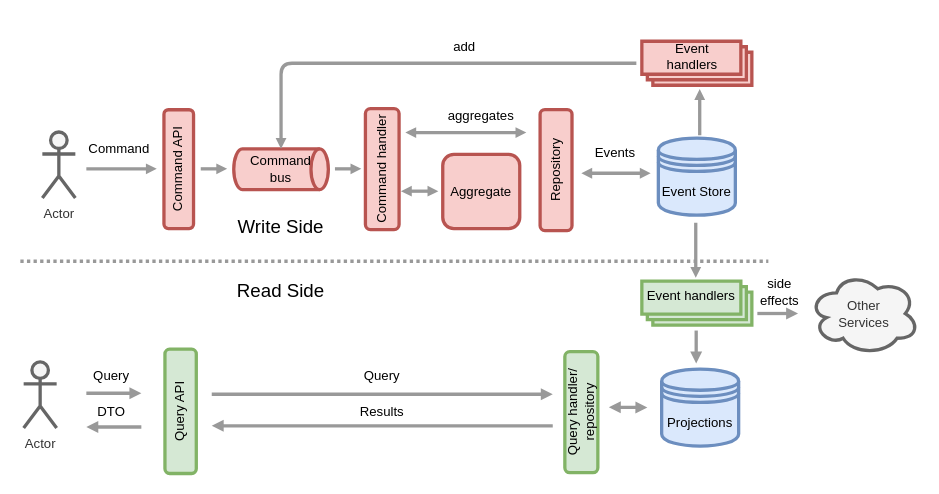
Before: page "Page-5" (5 of 5) of misc/CQRS.drawio in albertllousas/simple-cqrs-with-es, a draw.io diagram. Source tidied: cells renumbered, new cells numbered last; positions are measured from the earlier drawing's top-left corner, leaving out a move shared by most shapes. Both pictures are drawn from the tidied source at 110%, with x=0, y=0 at pixel (20, 35).
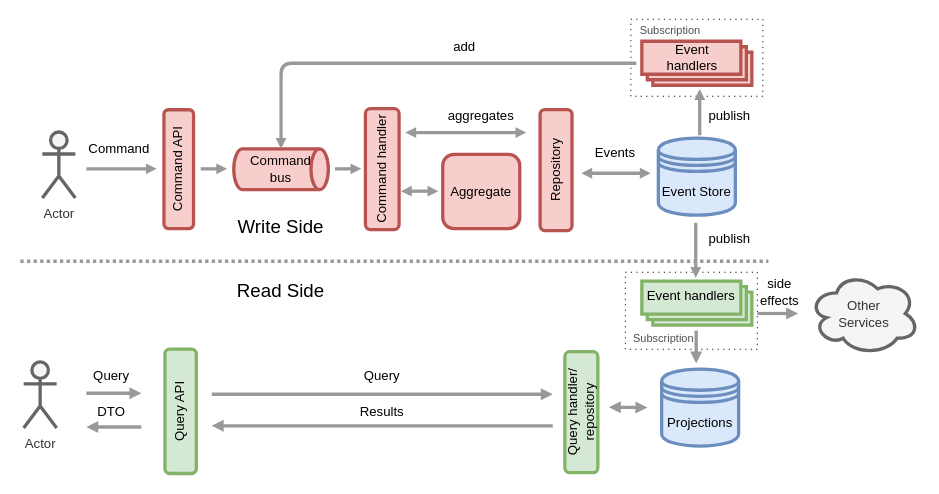
The same diagram, later.

Diff of the diagram source:
```diff
@@
+    <mxCell id="46" style="rounded=0;whiteSpace=wrap;html=1;dashed=1;dashPattern=1 4;" parent="1" vertex="1">
+      <mxGeometry x="550" y="215" width="120" height="70" as="geometry" />
+    </mxCell>
+    <mxCell id="47" style="rounded=0;whiteSpace=wrap;html=1;dashed=1;dashPattern=1 4;" parent="1" vertex="1">
+      <mxGeometry x="555" y="-15" width="120" height="70" as="geometry" />
+    </mxCell>
@@
     <mxCell id="18" value="Event handlers" style="text;html=1;strokeColor=none;fillColor=none;align=center;verticalAlign=middle;whiteSpace=wrap;rounded=0;" parent="1" vertex="1">
-      <mxGeometry x="591" y="9" width="40" height="20" as="geometry" />
+      <mxGeometry x="591" y="10" width="40" height="20" as="geometry" />
     </mxCell>
@@
+    <mxCell id="48" value="&lt;font style=&quot;font-size: 10px&quot; color=&quot;#4d4d4d&quot;&gt;Subscription&lt;/font&gt;" style="text;html=1;strokeColor=none;fillColor=none;align=center;verticalAlign=middle;whiteSpace=wrap;rounded=0;dashed=1;dashPattern=1 4;" parent="1" vertex="1">
+      <mxGeometry x="571" y="-15" width="40" height="20" as="geometry" />
+    </mxCell>
+    <mxCell id="49" value="&lt;font style=&quot;font-size: 10px&quot; color=&quot;#4d4d4d&quot;&gt;Subscription&lt;/font&gt;" style="text;html=1;strokeColor=none;fillColor=none;align=center;verticalAlign=middle;whiteSpace=wrap;rounded=0;dashed=1;dashPattern=1 4;" parent="1" vertex="1">
+      <mxGeometry x="565" y="265" width="40" height="20" as="geometry" />
+    </mxCell>
+    <mxCell id="50" value="publish" style="text;html=1;strokeColor=none;fillColor=none;align=center;verticalAlign=middle;whiteSpace=wrap;rounded=0;dashed=1;dashPattern=1 4;" parent="1" vertex="1">
+      <mxGeometry x="625" y="175" width="40" height="20" as="geometry" />
+    </mxCell>
+    <mxCell id="51" value="publish" style="text;html=1;strokeColor=none;fillColor=none;align=center;verticalAlign=middle;whiteSpace=wrap;rounded=0;dashed=1;dashPattern=1 4;" parent="1" vertex="1">
+      <mxGeometry x="625" y="63" width="40" height="20" as="geometry" />
+    </mxCell>
```
